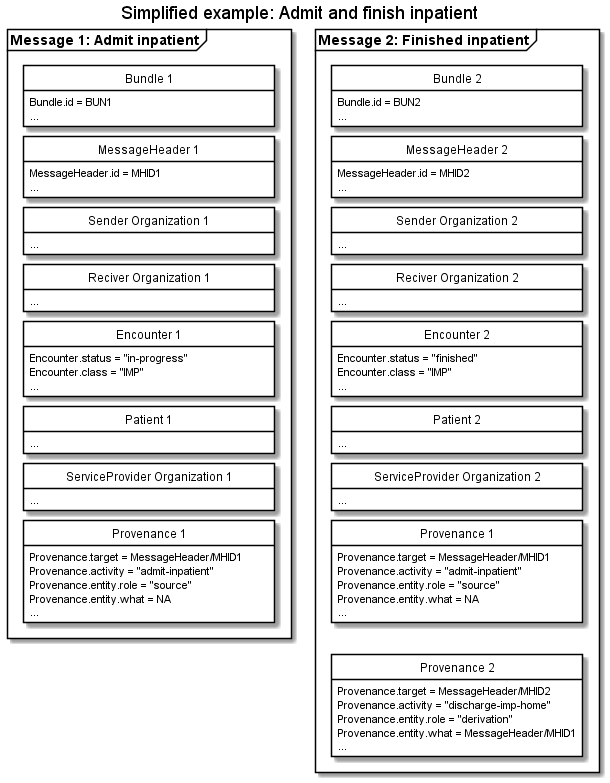
This is input/images/hospitalnotification/HNAdmitFinish.png from medcomdk/dk-medcom, a PlantUML export, as it was before one commit. Source of this version:
```plantuml
@startuml HNAdmitFinish

skinparam class {
    BackgroundColor White
    BorderColor Black
    ArrowColor Black
  }
hide circle
hide empty members
skinparam SameClassWidth true
skinparam Ranksep 10


title Simplified example: Admit and finish inpatient

package "Message 1: Admit inpatient" as admit <<Frame>>{
    class "Bundle 1" as admitB {
        Bundle.id = BUN1
        ...
    }
    class "MessageHeader 1" as admitMH{
        MessageHeader.id = MHID1
        ...
    }
    class "Sender Organization 1" as admitSOrg{
        ...
    }
    class "Reciver Organization 1" as admitROrg{
        ...
    }
    class "Encounter 1" as admitENC{
        Encounter.status = "in-progress"
        Encounter.class = "IMP"
        ...
    }
    class "Patient 1" as admitPT{
        ...
    }
    class "ServiceProvider Organization 1" as admitSPOrg{
        ...
    }
    class "Provenance 1" as admitPRO{
        Provenance.target = MessageHeader/MHID1
        Provenance.activity = "admit-inpatient"
        Provenance.entity.role = "source"
        Provenance.entity.what = NA
        ...
    }

admitB -[hidden]- admitMH
admitMH -[hidden]- admitSOrg
admitSOrg-[hidden]-admitROrg
admitROrg-[hidden]-admitENC
admitENC-[hidden]-admitPT
admitPT-[hidden]-admitSPOrg
admitSPOrg-[hidden]-admitPRO



}

package "Message 2: Finished inpatient" as finished <<Frame>> {
    class "Bundle 2" as finishedB {
        Bundle.id = BUN2
        ...
    }
    class "MessageHeader 2" as finishedMH{
        MessageHeader.id = MHID2
        ...
    }
    class "Sender Organization 2" as finishedSOrg{
        ...
    }
    class "Reciver Organization 2" as finishedROrg{
        ...
    }
    class "Encounter 2" as finishedENC{
        Encounter.status = "finished"
        Encounter.class = "IMP"
        ...
    }
    class "Patient 2" as finishedPT{
        ...
    }
    class "ServiceProvider Organization 2" as finishedSPOrg{
        ...
    }
    class "Provenance 1" as admitfinishedPRO{
        Provenance.target = MessageHeader/MHID1
        Provenance.activity = "admit-inpatient"
        Provenance.entity.role = "source"
        Provenance.entity.what = NA
        ...
    }
    class "Provenance 2" as finishedPRO{
        Provenance.target = MessageHeader/MHID2
        Provenance.activity = "discharge-imp-home"
        Provenance.entity.role = "derivation"
        Provenance.entity.what = MessageHeader/MHID1
        ...
    }
finishedB-[hidden]-finishedMH
finishedMH-[hidden]-finishedSOrg
finishedSOrg-[hidden]-finishedROrg
finishedROrg-[hidden]-finishedENC
finishedENC-[hidden]-finishedPT
finishedPT-[hidden]-finishedSPOrg
finishedSPOrg-[hidden]-admitfinishedPRO
admitfinishedPRO-[hidden]-finishedPRO

}



@enduml
```
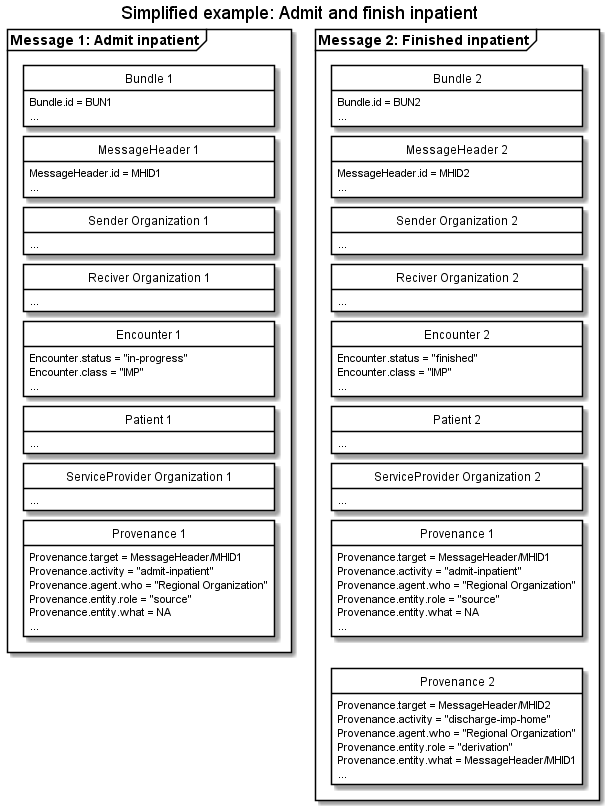
After the change.

Diff of the diagram source:
```diff
@@ -42,6 +42,7 @@
     class "Provenance 1" as admitPRO{
         Provenance.target = MessageHeader/MHID1
         Provenance.activity = "admit-inpatient"
+        Provenance.agent.who = "Regional Organization"
         Provenance.entity.role = "source"
         Provenance.entity.what = NA
         ...
@@ -88,6 +89,7 @@
     class "Provenance 1" as admitfinishedPRO{
         Provenance.target = MessageHeader/MHID1
         Provenance.activity = "admit-inpatient"
+        Provenance.agent.who = "Regional Organization"
         Provenance.entity.role = "source"
         Provenance.entity.what = NA
         ...
@@ -95,6 +97,7 @@
     class "Provenance 2" as finishedPRO{
         Provenance.target = MessageHeader/MHID2
         Provenance.activity = "discharge-imp-home"
+        Provenance.agent.who = "Regional Organization"
         Provenance.entity.role = "derivation"
         Provenance.entity.what = MessageHeader/MHID1
         ...
```
